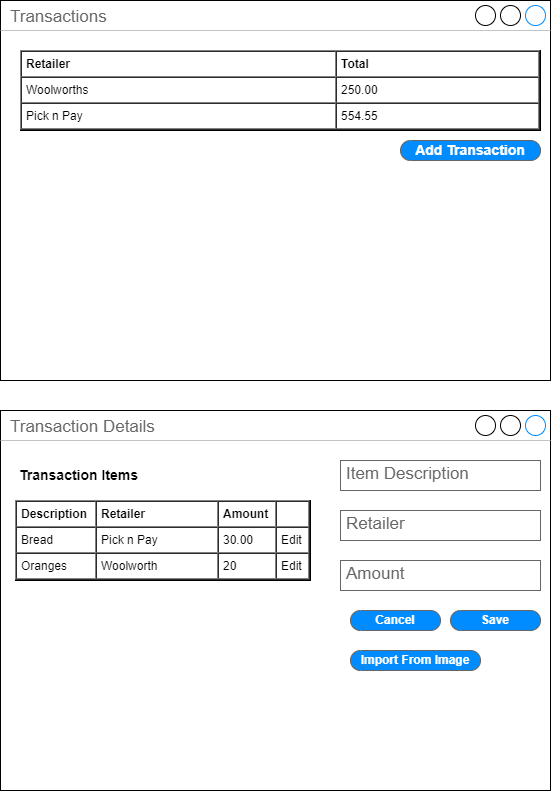
Earlier version of the draw.io export notes/img/wireframe.png (thefremus/devmojo). Source tidied: cells renumbered, new cells last; positions are measured from the earlier drawing's top-left corner, leaving out a move shared by most shapes.
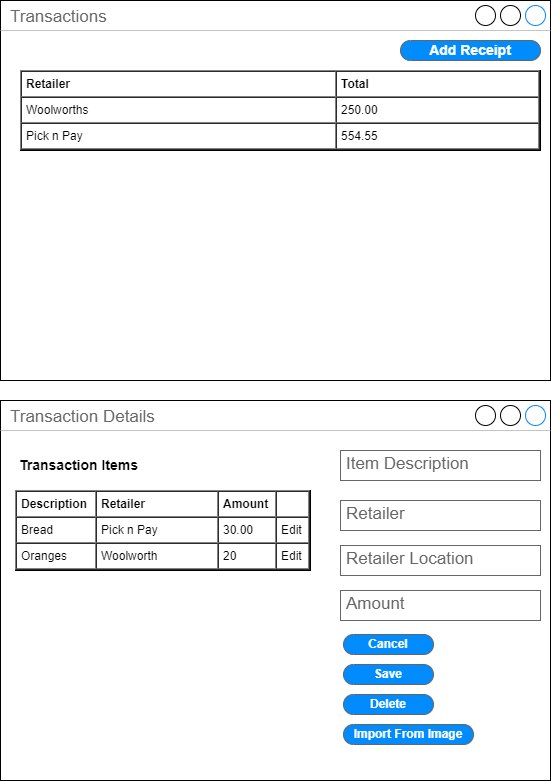
After the change.

What changed in the source:
```diff
@@ -2,44 +2,47 @@
   <root>
     <mxCell id="0" />
     <mxCell id="1" parent="0" />
-    <mxCell id="2" style="group;" parent="1" vertex="1">
-      <mxGeometry y="410" width="550" height="380" as="geometry" />
-    </mxCell>
+    <mxCell id="12" value="Transactions" style="strokeWidth=1;shadow=0;dashed=0;align=center;html=1;shape=mxgraph.mockup.containers.window;align=left;verticalAlign=top;spacingLeft=8;strokeColor2=#008cff;strokeColor3=#c4c4c4;fontColor=#666666;mainText=;fontSize=17;labelBackgroundColor=none;" parent="1" vertex="1">
+      <mxGeometry width="550" height="380" as="geometry" />
+    </mxCell>
+    <mxCell id="13" value="&lt;table cellpadding=&quot;4&quot; cellspacing=&quot;0&quot; border=&quot;1&quot; style=&quot;font-size:1em;width:100%;height:100%;&quot;&gt;&lt;tbody&gt;&lt;tr&gt;&lt;th&gt;Retailer&lt;/th&gt;&lt;td&gt;&lt;b&gt;Total&lt;/b&gt;&lt;/td&gt;&lt;/tr&gt;&lt;tr&gt;&lt;td&gt;Woolworths&lt;/td&gt;&lt;td&gt;250.00&lt;/td&gt;&lt;/tr&gt;&lt;tr&gt;&lt;td&gt;Pick n Pay&lt;/td&gt;&lt;td&gt;554.55&lt;/td&gt;&lt;/tr&gt;&lt;/tbody&gt;&lt;/table&gt; " style="verticalAlign=top;align=left;overflow=fill;fontSize=12;fontFamily=Helvetica;html=1;" parent="1" vertex="1">
+      <mxGeometry x="20" y="70" width="520" height="80" as="geometry" />
+    </mxCell>
+    <mxCell id="14" value="Add Receipt" style="strokeWidth=1;shadow=0;dashed=0;align=center;html=1;shape=mxgraph.mockup.buttons.button;strokeColor=#666666;fontColor=#ffffff;mainText=;buttonStyle=round;fontSize=14;fontStyle=1;fillColor=#008cff;whiteSpace=wrap;" parent="1" vertex="1">
+      <mxGeometry x="400" y="40" width="140" height="20" as="geometry" />
+    </mxCell>
-    <mxCell id="3" value="Transaction Details" style="strokeWidth=1;shadow=0;dashed=0;align=center;html=1;shape=mxgraph.mockup.containers.window;align=left;verticalAlign=top;spacingLeft=8;strokeColor2=#008cff;strokeColor3=#c4c4c4;fontColor=#666666;mainText=;fontSize=17;labelBackgroundColor=none;" parent="2" vertex="1">
-      <mxGeometry width="550" height="380" as="geometry" />
+    <mxCell id="3" value="Transaction Details" style="strokeWidth=1;shadow=0;dashed=0;align=center;html=1;shape=mxgraph.mockup.containers.window;align=left;verticalAlign=top;spacingLeft=8;strokeColor2=#008cff;strokeColor3=#c4c4c4;fontColor=#666666;mainText=;fontSize=17;labelBackgroundColor=none;" parent="1" vertex="1">
+      <mxGeometry y="400" width="550" height="380" as="geometry" />
     </mxCell>
-    <mxCell id="4" value="Item Description" style="strokeWidth=1;shadow=0;dashed=0;align=center;html=1;shape=mxgraph.mockup.text.textBox;fontColor=#666666;align=left;fontSize=17;spacingLeft=4;spacingTop=-3;strokeColor=#666666;mainText=;" parent="2" vertex="1">
-      <mxGeometry x="340" y="50" width="200" height="30" as="geometry" />
+    <mxCell id="4" value="Item Description" style="strokeWidth=1;shadow=0;dashed=0;align=center;html=1;shape=mxgraph.mockup.text.textBox;fontColor=#666666;align=left;fontSize=17;spacingLeft=4;spacingTop=-3;strokeColor=#666666;mainText=;" parent="1" vertex="1">
+      <mxGeometry x="340" y="450" width="200" height="30" as="geometry" />
     </mxCell>
-    <mxCell id="5" value="Retailer" style="strokeWidth=1;shadow=0;dashed=0;align=center;html=1;shape=mxgraph.mockup.text.textBox;fontColor=#666666;align=left;fontSize=17;spacingLeft=4;spacingTop=-3;strokeColor=#666666;mainText=;" parent="2" vertex="1">
-      <mxGeometry x="340" y="100" width="200" height="30" as="geometry" />
+    <mxCell id="5" value="Retailer" style="strokeWidth=1;shadow=0;dashed=0;align=center;html=1;shape=mxgraph.mockup.text.textBox;fontColor=#666666;align=left;fontSize=17;spacingLeft=4;spacingTop=-3;strokeColor=#666666;mainText=;" parent="1" vertex="1">
+      <mxGeometry x="340" y="500" width="200" height="30" as="geometry" />
     </mxCell>
-    <mxCell id="6" value="Amount" style="strokeWidth=1;shadow=0;dashed=0;align=center;html=1;shape=mxgraph.mockup.text.textBox;fontColor=#666666;align=left;fontSize=17;spacingLeft=4;spacingTop=-3;strokeColor=#666666;mainText=;" parent="2" vertex="1">
-      <mxGeometry x="340" y="150" width="200" height="30" as="geometry" />
+    <mxCell id="6" value="Amount" style="strokeWidth=1;shadow=0;dashed=0;align=center;html=1;shape=mxgraph.mockup.text.textBox;fontColor=#666666;align=left;fontSize=17;spacingLeft=4;spacingTop=-3;strokeColor=#666666;mainText=;" parent="1" vertex="1">
+      <mxGeometry x="340" y="590" width="200" height="30" as="geometry" />
     </mxCell>
-    <mxCell id="7" value="Save" style="strokeWidth=1;shadow=0;dashed=0;align=center;html=1;shape=mxgraph.mockup.buttons.button;strokeColor=#666666;fontColor=#ffffff;mainText=;buttonStyle=round;fontSize=12;fontStyle=1;fillColor=#008cff;whiteSpace=wrap;" parent="2" vertex="1">
-      <mxGeometry x="450" y="200" width="90" height="20" as="geometry" />
+    <mxCell id="7" value="Save" style="strokeWidth=1;shadow=0;dashed=0;align=center;html=1;shape=mxgraph.mockup.buttons.button;strokeColor=#666666;fontColor=#ffffff;mainText=;buttonStyle=round;fontSize=12;fontStyle=1;fillColor=#008cff;whiteSpace=wrap;" parent="1" vertex="1">
+      <mxGeometry x="343" y="664" width="90" height="20" as="geometry" />
     </mxCell>
-    <mxCell id="8" value="Cancel" style="strokeWidth=1;shadow=0;dashed=0;align=center;html=1;shape=mxgraph.mockup.buttons.button;strokeColor=#666666;fontColor=#ffffff;mainText=;buttonStyle=round;fontSize=12;fontStyle=1;fillColor=#008cff;whiteSpace=wrap;" parent="2" vertex="1">
-      <mxGeometry x="350" y="200" width="90" height="20" as="geometry" />
+    <mxCell id="8" value="Cancel" style="strokeWidth=1;shadow=0;dashed=0;align=center;html=1;shape=mxgraph.mockup.buttons.button;strokeColor=#666666;fontColor=#ffffff;mainText=;buttonStyle=round;fontSize=12;fontStyle=1;fillColor=#008cff;whiteSpace=wrap;" parent="1" vertex="1">
+      <mxGeometry x="343" y="634" width="90" height="20" as="geometry" />
     </mxCell>
-    <mxCell id="9" value="Transaction Items" style="text;html=1;strokeColor=none;fillColor=none;align=left;verticalAlign=middle;whiteSpace=wrap;rounded=0;fontSize=14;fontStyle=1;" parent="2" vertex="1">
-      <mxGeometry x="17" y="50" width="192" height="30" as="geometry" />
+    <mxCell id="9" value="Transaction Items" style="text;html=1;strokeColor=none;fillColor=none;align=left;verticalAlign=middle;whiteSpace=wrap;rounded=0;fontSize=14;fontStyle=1;" parent="1" vertex="1">
+      <mxGeometry x="17" y="450" width="192" height="30" as="geometry" />
     </mxCell>
-    <mxCell id="10" value="&lt;table cellpadding=&quot;4&quot; cellspacing=&quot;0&quot; border=&quot;1&quot; style=&quot;font-size:1em;width:100%;height:100%;&quot;&gt;&lt;tbody&gt;&lt;tr&gt;&lt;th&gt;Description&lt;/th&gt;&lt;th&gt;Retailer&lt;/th&gt;&lt;td&gt;&lt;b&gt;Amount&lt;/b&gt;&lt;/td&gt;&lt;td&gt;&lt;br&gt;&lt;/td&gt;&lt;/tr&gt;&lt;tr&gt;&lt;td&gt;Bread&lt;/td&gt;&lt;td&gt;Pick n Pay&lt;span style=&quot;white-space: pre;&quot;&gt;&#9;&lt;/span&gt;&lt;/td&gt;&lt;td&gt;30.00&lt;/td&gt;&lt;td&gt;Edit&lt;/td&gt;&lt;/tr&gt;&lt;tr&gt;&lt;td&gt;Oranges&lt;/td&gt;&lt;td&gt;Woolworth&lt;span style=&quot;white-space: pre;&quot;&gt;&#9;&lt;/span&gt;&lt;span style=&quot;white-space: pre;&quot;&gt;&#9;&lt;/span&gt;&lt;/td&gt;&lt;td&gt;20&lt;/td&gt;&lt;td&gt;Edit&lt;/td&gt;&lt;/tr&gt;&lt;/tbody&gt;&lt;/table&gt; " style="verticalAlign=top;align=left;overflow=fill;fontSize=12;fontFamily=Helvetica;html=1;" parent="2" vertex="1">
-      <mxGeometry x="15" y="90" width="295" height="80" as="geometry" />
+    <mxCell id="10" value="&lt;table cellpadding=&quot;4&quot; cellspacing=&quot;0&quot; border=&quot;1&quot; style=&quot;font-size:1em;width:100%;height:100%;&quot;&gt;&lt;tbody&gt;&lt;tr&gt;&lt;th&gt;Description&lt;/th&gt;&lt;th&gt;Retailer&lt;/th&gt;&lt;td&gt;&lt;b&gt;Amount&lt;/b&gt;&lt;/td&gt;&lt;td&gt;&lt;br&gt;&lt;/td&gt;&lt;/tr&gt;&lt;tr&gt;&lt;td&gt;Bread&lt;/td&gt;&lt;td&gt;Pick n Pay&lt;span style=&quot;white-space: pre;&quot;&gt;&#9;&lt;/span&gt;&lt;/td&gt;&lt;td&gt;30.00&lt;/td&gt;&lt;td&gt;Edit&lt;/td&gt;&lt;/tr&gt;&lt;tr&gt;&lt;td&gt;Oranges&lt;/td&gt;&lt;td&gt;Woolworth&lt;span style=&quot;white-space: pre;&quot;&gt;&#9;&lt;/span&gt;&lt;span style=&quot;white-space: pre;&quot;&gt;&#9;&lt;/span&gt;&lt;/td&gt;&lt;td&gt;20&lt;/td&gt;&lt;td&gt;Edit&lt;/td&gt;&lt;/tr&gt;&lt;/tbody&gt;&lt;/table&gt; " style="verticalAlign=top;align=left;overflow=fill;fontSize=12;fontFamily=Helvetica;html=1;" parent="1" vertex="1">
+      <mxGeometry x="15" y="490" width="295" height="80" as="geometry" />
     </mxCell>
-    <mxCell id="11" value="Import From Image" style="strokeWidth=1;shadow=0;dashed=0;align=center;html=1;shape=mxgraph.mockup.buttons.button;strokeColor=#666666;fontColor=#ffffff;mainText=;buttonStyle=round;fontSize=12;fontStyle=1;fillColor=#008cff;whiteSpace=wrap;" parent="2" vertex="1">
-      <mxGeometry x="350" y="240" width="130" height="20" as="geometry" />
+    <mxCell id="11" value="Import From Image" style="strokeWidth=1;shadow=0;dashed=0;align=center;html=1;shape=mxgraph.mockup.buttons.button;strokeColor=#666666;fontColor=#ffffff;mainText=;buttonStyle=round;fontSize=12;fontStyle=1;fillColor=#008cff;whiteSpace=wrap;" parent="1" vertex="1">
+      <mxGeometry x="343" y="724" width="130" height="20" as="geometry" />
     </mxCell>
-    <mxCell id="12" value="Transactions" style="strokeWidth=1;shadow=0;dashed=0;align=center;html=1;shape=mxgraph.mockup.containers.window;align=left;verticalAlign=top;spacingLeft=8;strokeColor2=#008cff;strokeColor3=#c4c4c4;fontColor=#666666;mainText=;fontSize=17;labelBackgroundColor=none;" parent="1" vertex="1">
-      <mxGeometry width="550" height="380" as="geometry" />
-    </mxCell>
-    <mxCell id="13" value="&lt;table cellpadding=&quot;4&quot; cellspacing=&quot;0&quot; border=&quot;1&quot; style=&quot;font-size:1em;width:100%;height:100%;&quot;&gt;&lt;tbody&gt;&lt;tr&gt;&lt;th&gt;Retailer&lt;/th&gt;&lt;td&gt;&lt;b&gt;Total&lt;/b&gt;&lt;/td&gt;&lt;/tr&gt;&lt;tr&gt;&lt;td&gt;Woolworths&lt;/td&gt;&lt;td&gt;250.00&lt;/td&gt;&lt;/tr&gt;&lt;tr&gt;&lt;td&gt;Pick n Pay&lt;/td&gt;&lt;td&gt;554.55&lt;/td&gt;&lt;/tr&gt;&lt;/tbody&gt;&lt;/table&gt; " style="verticalAlign=top;align=left;overflow=fill;fontSize=12;fontFamily=Helvetica;html=1;" parent="1" vertex="1">
-      <mxGeometry x="20" y="50" width="520" height="80" as="geometry" />
-    </mxCell>
-    <mxCell id="14" value="Add Transaction" style="strokeWidth=1;shadow=0;dashed=0;align=center;html=1;shape=mxgraph.mockup.buttons.button;strokeColor=#666666;fontColor=#ffffff;mainText=;buttonStyle=round;fontSize=14;fontStyle=1;fillColor=#008cff;whiteSpace=wrap;" parent="1" vertex="1">
-      <mxGeometry x="400" y="140" width="140" height="20" as="geometry" />
-    </mxCell>
+    <mxCell id="15" value="Delete" style="strokeWidth=1;shadow=0;dashed=0;align=center;html=1;shape=mxgraph.mockup.buttons.button;strokeColor=#666666;fontColor=#ffffff;mainText=;buttonStyle=round;fontSize=12;fontStyle=1;fillColor=#008cff;whiteSpace=wrap;" parent="1" vertex="1">
+      <mxGeometry x="343" y="694" width="90" height="20" as="geometry" />
+    </mxCell>
+    <mxCell id="16" value="Retailer Location" style="strokeWidth=1;shadow=0;dashed=0;align=center;html=1;shape=mxgraph.mockup.text.textBox;fontColor=#666666;align=left;fontSize=17;spacingLeft=4;spacingTop=-3;strokeColor=#666666;mainText=;" parent="1" vertex="1">
+      <mxGeometry x="340" y="545" width="200" height="30" as="geometry" />
+    </mxCell>
   </root>
 </mxGraphModel>
```
